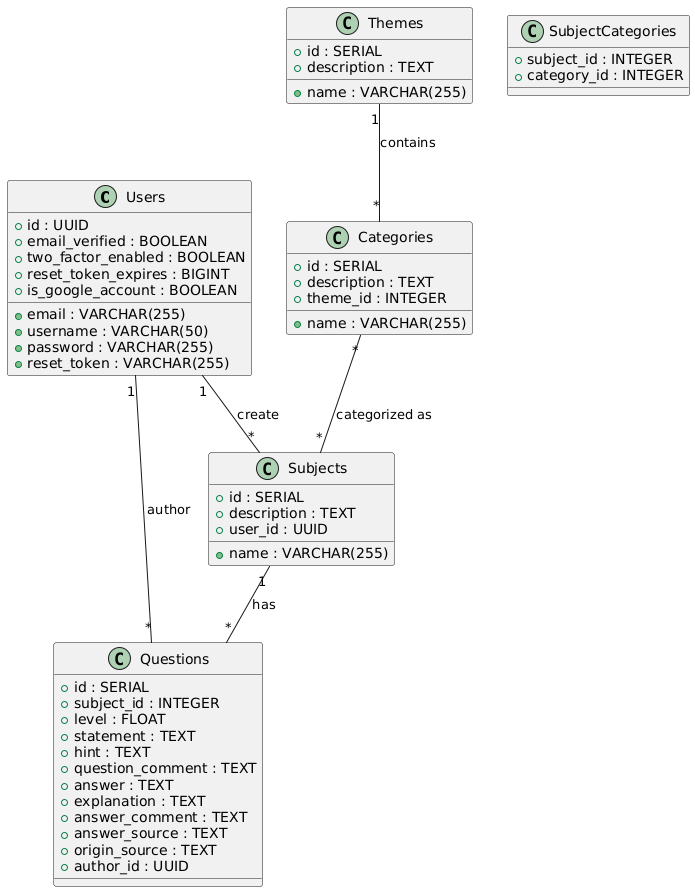
Above: documentation/architecture/databaseArchitecture.png in RobinMenestret/Tutikone (PlantUML), before the change.
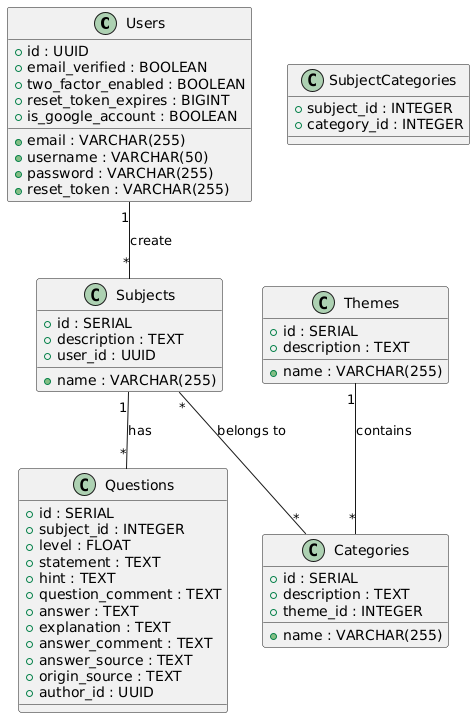
Later version of the same file.

The edit, as a diff of the source:
```diff
@@ -52,8 +52,7 @@
 }
 
 Users "1" -- "*" Subjects : "create"
-Users "1" -- "*" Questions : "author"
 Themes "1" -- "*" Categories : "contains"
-Categories "*" -- "*" Subjects : "categorized as"
 Subjects "1" -- "*" Questions : "has"
+Subjects "*" -- "*" Categories : "belongs to"
 @enduml
```
